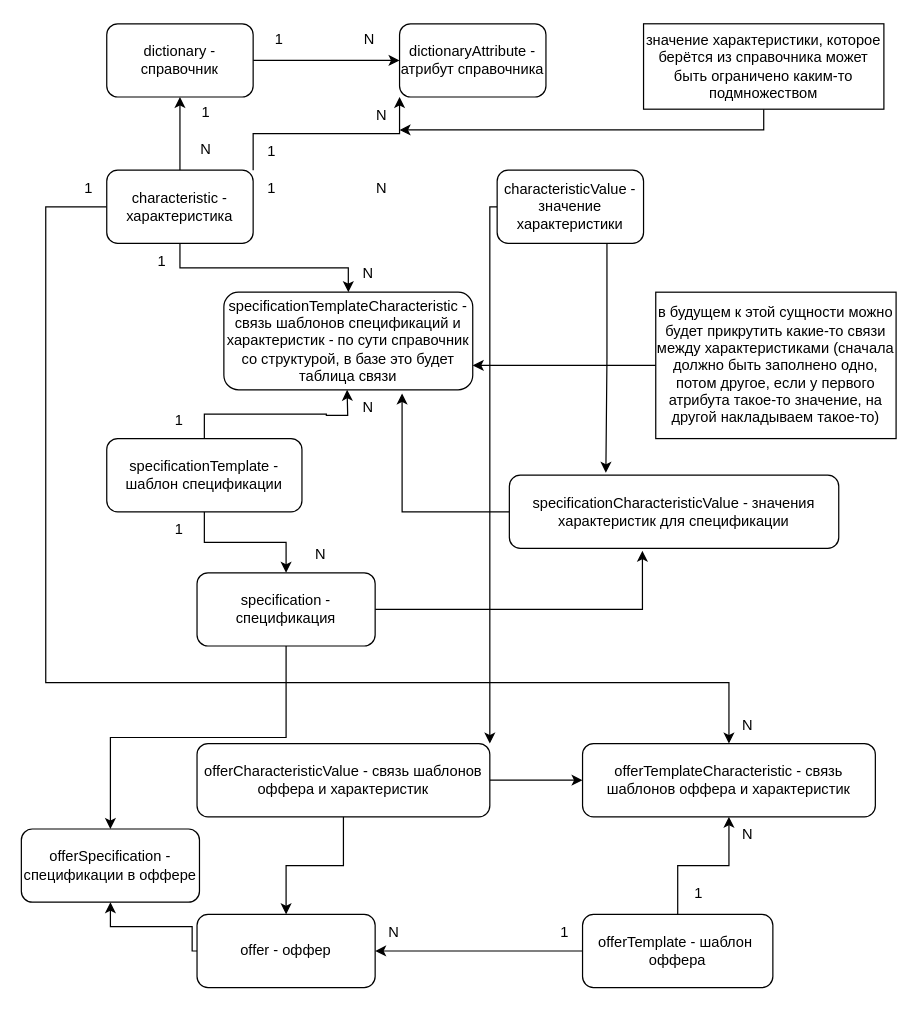
Earlier version of the draw.io diagram prodat.drawio (estet90/todo). Source tidied: cells renumbered, new cells numbered last; positions are measured from the earlier drawing's top-left corner, leaving out a move shared by most shapes. Both pictures are drawn from the tidied source at 122%, with x=0, y=0 at pixel (21, 21).
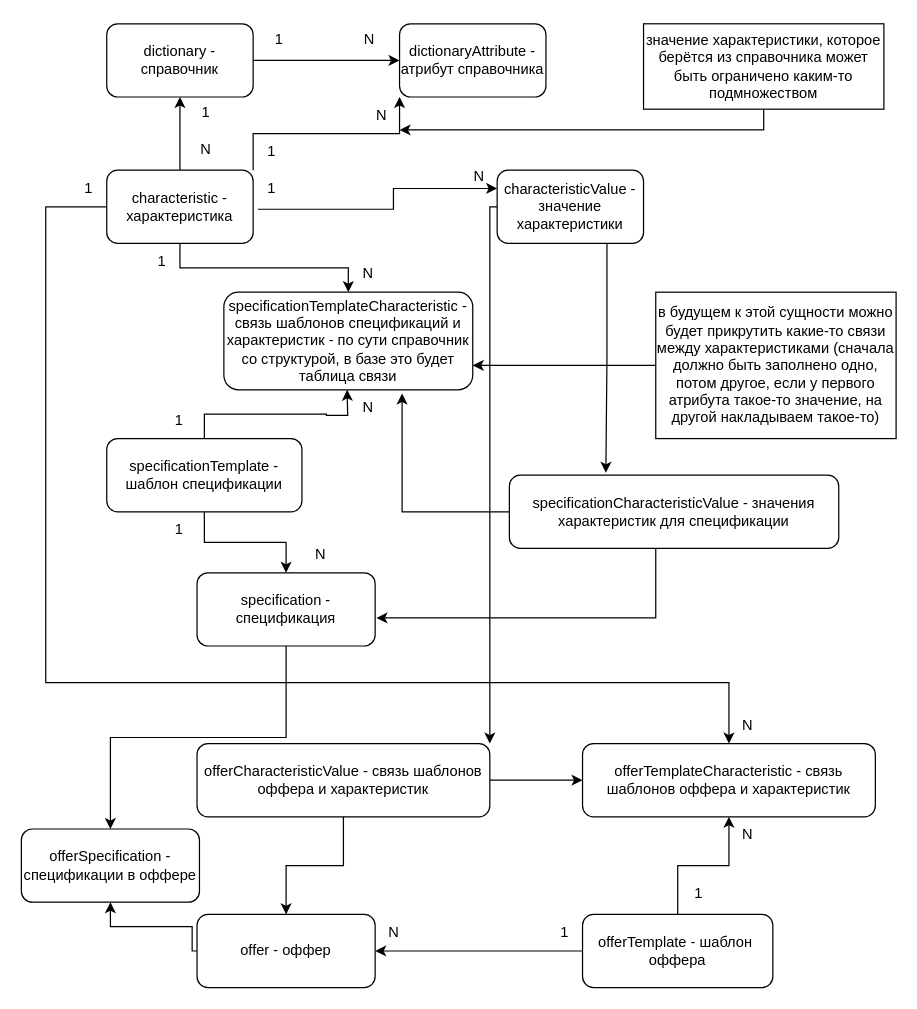
The same page after the edit.

The change refers to these unchanged cells:
```xml
<mxCell id="14" value="characteristicValue - значение характеристики" style="rounded=1;whiteSpace=wrap;html=1;" parent="1" vertex="1">
  <mxGeometry x="390" y="122" width="120" height="60" as="geometry" />
</mxCell>
<mxCell id="15" value="1" style="text;html=1;align=center;verticalAlign=middle;points=[];strokeColor=none;fillColor=none;" parent="1" vertex="1">
  <mxGeometry x="190" y="122" width="30" height="30" as="geometry" />
</mxCell>
<mxCell id="33" value="&lt;div&gt;specification - спецификация&lt;br&gt;&lt;/div&gt;" style="rounded=1;whiteSpace=wrap;html=1;" parent="1" vertex="1">
  <mxGeometry x="144" y="452" width="146" height="60" as="geometry" />
</mxCell>
<mxCell id="39" value="&lt;div&gt;specificationCharacteristicValue - значения характеристик для спецификации&lt;br&gt;&lt;/div&gt;" style="rounded=1;whiteSpace=wrap;html=1;" parent="1" vertex="1">
  <mxGeometry x="400" y="372" width="270" height="60" as="geometry" />
</mxCell>
```

The edit, as a diff of the source:
```diff
@@
+    <mxCell id="56" style="edgeStyle=orthogonalEdgeStyle;rounded=0;jettySize=auto;html=1;entryX=0;entryY=0.25;entryDx=0;entryDy=0;exitX=0.133;exitY=1.067;exitDx=0;exitDy=0;exitPerimeter=0;" parent="1" edge="1" source="15" target="14">
+      <mxGeometry relative="1" as="geometry" />
+    </mxCell>
@@
     <mxCell id="16" value="&lt;div&gt;N&lt;/div&gt;" style="text;html=1;align=center;verticalAlign=middle;strokeColor=none;fillColor=none;" parent="1" vertex="1">
-      <mxGeometry x="280" y="122" width="30" height="30" as="geometry" />
+      <mxGeometry x="360" y="112" width="30" height="30" as="geometry" />
     </mxCell>
@@
-    <mxCell id="31" style="edgeStyle=orthogonalEdgeStyle;rounded=0;jettySize=auto;html=1;entryX=0.404;entryY=1.033;entryDx=0;entryDy=0;entryPerimeter=0;" parent="1" edge="1" source="33" target="39">
-      <mxGeometry relative="1" as="geometry" />
-    </mxCell>
@@
+    <mxCell id="57" style="edgeStyle=orthogonalEdgeStyle;rounded=0;jettySize=auto;html=1;entryX=1.007;entryY=0.617;entryDx=0;entryDy=0;entryPerimeter=0;" parent="1" edge="1" source="39" target="33">
+      <mxGeometry relative="1" as="geometry">
+        <Array as="points">
+          <mxPoint x="520" y="489" />
+        </Array>
+      </mxGeometry>
+    </mxCell>
```
